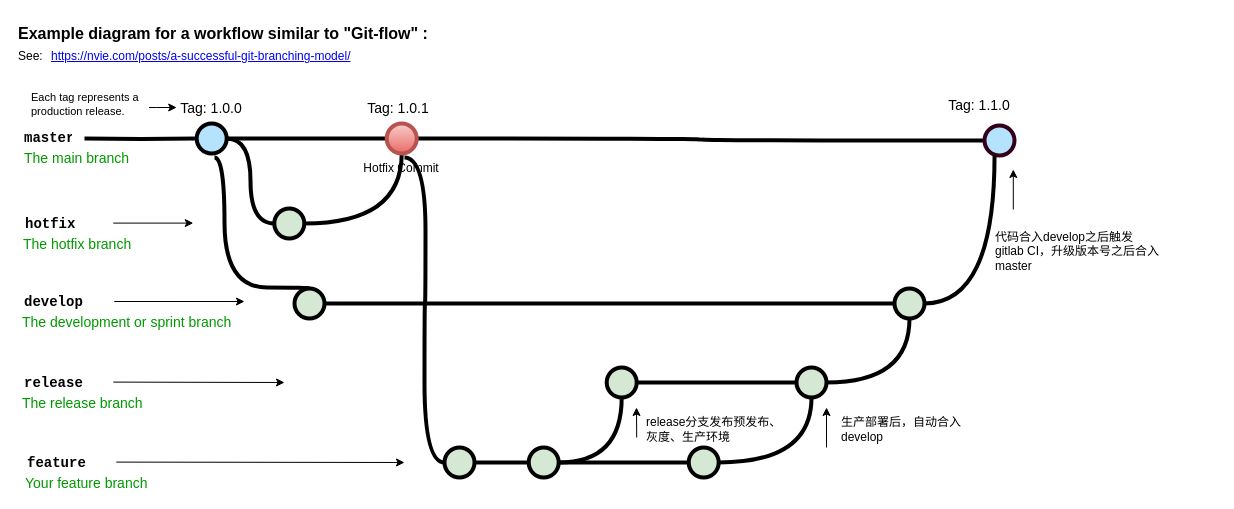
Before: git2.drawio in rock-zhang/crawler, a draw.io diagram. Source tidied: cells renumbered, new cells numbered last; positions are measured from the earlier drawing's top-left corner, leaving out a move shared by most shapes. Both pictures are drawn from the tidied source at 100%, with x=0, y=0 at pixel (16, 17).
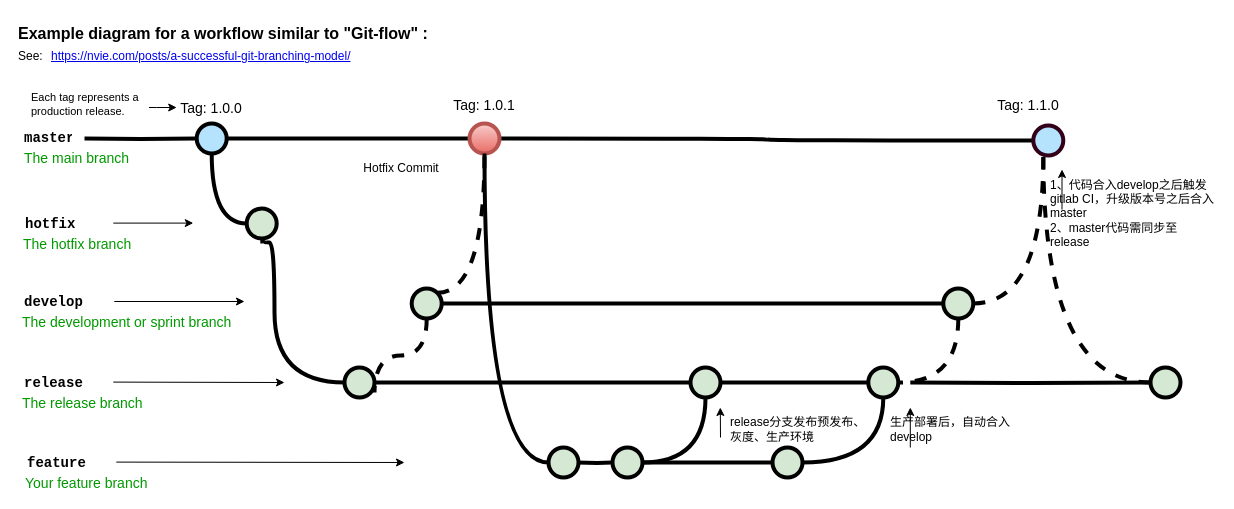
The same page after the edit.

The change refers to these unchanged cells:
```xml
<mxCell id="5" style="verticalLabelPosition=bottom;verticalAlign=top;html=1;strokeWidth=4;shape=mxgraph.flowchart.on-page_reference;plain-blue;gradientColor=none;fillColor=#B5E3Fe;strokeColor=#000000;" parent="1" vertex="1">
  <mxGeometry x="180.2" y="106" width="30" height="30" as="geometry" />
</mxCell>
```

The edit, as a diff of the source:
```diff
@@
-    <mxCell id="4" style="edgeStyle=orthogonalEdgeStyle;curved=1;rounded=0;html=1;exitX=1;exitY=0.5;exitPerimeter=0;entryX=0;entryY=0.5;entryPerimeter=0;endArrow=none;endFill=0;jettySize=auto;strokeWidth=4;fontSize=15;" parent="1" edge="1" source="5" target="11">
+    <mxCell id="4" style="edgeStyle=orthogonalEdgeStyle;curved=1;rounded=0;html=1;exitX=0.5;exitY=1;exitPerimeter=0;entryX=0;entryY=0.5;entryPerimeter=0;endArrow=none;endFill=0;jettySize=auto;strokeWidth=4;fontSize=15;exitDx=0;exitDy=0;" parent="1" edge="1" source="5" target="11">
       <mxGeometry relative="1" as="geometry" />
     </mxCell>
@@
     <mxCell id="7" style="verticalLabelPosition=bottom;verticalAlign=top;html=1;strokeWidth=4;shape=mxgraph.flowchart.on-page_reference;plain-blue;gradientColor=none;strokeColor=#33001A;fillColor=#B5E3FE;" parent="1" vertex="1">
-      <mxGeometry x="968" y="108" width="30" height="30" as="geometry" />
+      <mxGeometry x="1016.8" y="108" width="30" height="30" as="geometry" />
     </mxCell>
@@
-    <mxCell id="10" style="edgeStyle=orthogonalEdgeStyle;curved=1;rounded=0;html=1;exitX=1;exitY=0.5;exitPerimeter=0;endArrow=none;endFill=0;jettySize=auto;strokeWidth=4;fontSize=15;" parent="1" edge="1" source="11" target="38">
+    <mxCell id="10" style="edgeStyle=orthogonalEdgeStyle;curved=1;rounded=0;html=1;exitX=0.855;exitY=0.145;exitPerimeter=0;endArrow=none;endFill=0;jettySize=auto;strokeWidth=4;fontSize=15;exitDx=0;exitDy=0;dashed=1;" parent="1" edge="1" source="15" target="38">
       <mxGeometry relative="1" as="geometry" />
     </mxCell>
     <mxCell id="11" style="verticalLabelPosition=bottom;verticalAlign=top;html=1;strokeWidth=4;shape=mxgraph.flowchart.on-page_reference;plain-purple;gradientColor=none;strokeColor=#000000;fillColor=#D5E8D4;" parent="1" vertex="1">
-      <mxGeometry x="257.8" y="191" width="30" height="30" as="geometry" />
+      <mxGeometry x="230.2" y="191" width="30" height="30" as="geometry" />
     </mxCell>
@@
-    <mxCell id="14" style="edgeStyle=orthogonalEdgeStyle;rounded=0;jettySize=auto;html=1;endArrow=none;endFill=0;strokeWidth=4;curved=1;" parent="1" edge="1" source="15">
-      <mxGeometry relative="1" as="geometry">
-        <mxPoint x="198" y="140" as="targetPoint" />
-        <Array as="points">
-          <mxPoint x="293" y="270" />
-          <mxPoint x="208" y="270" />
-          <mxPoint x="208" y="140" />
-        </Array>
-      </mxGeometry>
-    </mxCell>
     <mxCell id="15" style="verticalLabelPosition=bottom;verticalAlign=top;html=1;strokeWidth=4;shape=mxgraph.flowchart.on-page_reference;plain-purple;gradientColor=none;strokeColor=#000000;fillColor=#D5E8D4;" parent="1" vertex="1">
-      <mxGeometry x="278" y="271" width="30" height="30" as="geometry" />
+      <mxGeometry x="395.2" y="271" width="30" height="30" as="geometry" />
     </mxCell>
-    <mxCell id="16" style="edgeStyle=orthogonalEdgeStyle;curved=1;rounded=0;jettySize=auto;html=1;entryX=0.335;entryY=0.99;entryDx=0;entryDy=0;entryPerimeter=0;endArrow=none;endFill=0;strokeWidth=4;fontFamily=Courier New;fontColor=#009900;" parent="1" edge="1" source="17" target="7">
+    <mxCell id="16" style="edgeStyle=orthogonalEdgeStyle;curved=1;rounded=0;jettySize=auto;html=1;entryX=0.335;entryY=0.99;entryDx=0;entryDy=0;entryPerimeter=0;endArrow=none;endFill=0;strokeWidth=4;fontFamily=Courier New;fontColor=#009900;dashed=1;" parent="1" edge="1" source="17" target="7">
       <mxGeometry relative="1" as="geometry" />
     </mxCell>
     <mxCell id="17" style="verticalLabelPosition=bottom;verticalAlign=top;html=1;strokeWidth=4;shape=mxgraph.flowchart.on-page_reference;plain-purple;gradientColor=none;strokeColor=#000000;fillColor=#D5E8D4;" parent="1" vertex="1">
-      <mxGeometry x="878" y="271" width="30" height="30" as="geometry" />
+      <mxGeometry x="926.8" y="271" width="30" height="30" as="geometry" />
     </mxCell>
@@
     <mxCell id="20" style="verticalLabelPosition=bottom;verticalAlign=top;html=1;strokeWidth=4;shape=mxgraph.flowchart.on-page_reference;plain-purple;gradientColor=none;strokeColor=#000000;fillColor=#D5E8D4;" parent="1" vertex="1">
-      <mxGeometry x="590.2" y="350" width="30" height="30" as="geometry" />
+      <mxGeometry x="674" y="350" width="30" height="30" as="geometry" />
     </mxCell>
@@
     <mxCell id="30" value="Tag: 1.1.0" style="text;html=1;strokeColor=none;fillColor=none;align=center;verticalAlign=middle;whiteSpace=wrap;overflow=hidden;fontSize=14;" parent="1" vertex="1">
-      <mxGeometry x="908" y="77" width="110" height="20" as="geometry" />
+      <mxGeometry x="956.8" y="77" width="110" height="20" as="geometry" />
     </mxCell>
@@
     <mxCell id="36" style="endArrow=classic;html=1;strokeWidth=1;fontFamily=Courier New;fontColor=#009900;" parent="1" edge="1">
       <mxGeometry relative="1" as="geometry">
-        <mxPoint x="996.8" y="192" as="sourcePoint" />
-        <mxPoint x="996.8" y="152" as="targetPoint" />
+        <mxPoint x="1045.5" y="192" as="sourcePoint" />
+        <mxPoint x="1045.5" y="152" as="targetPoint" />
       </mxGeometry>
     </mxCell>
-    <mxCell id="37" value="&lt;span style=&quot;text-align: center&quot;&gt;代码合入develop之后触发gitlab CI，升级版本号之后合入master&lt;/span&gt;" style="text;html=1;strokeColor=none;fillColor=none;align=left;verticalAlign=middle;whiteSpace=wrap;overflow=hidden;fontSize=12;fontStyle=0;fontColor=#000000;" parent="1" vertex="1">
-      <mxGeometry x="976.8" y="193" width="167.8" height="81" as="geometry" />
+    <mxCell id="37" value="&lt;span style=&quot;text-align: center&quot;&gt;1、代码合入develop之后触发gitlab CI，升级版本号之后合入master&lt;/span&gt;&lt;div&gt;&lt;span style=&quot;text-align: center&quot;&gt;2、master代码需同步至release&lt;/span&gt;&lt;/div&gt;" style="text;html=1;strokeColor=none;fillColor=none;align=left;verticalAlign=middle;whiteSpace=wrap;overflow=hidden;fontSize=12;fontStyle=0;fontColor=#000000;" parent="1" vertex="1">
+      <mxGeometry x="1031.8" y="155" width="167.8" height="81" as="geometry" />
     </mxCell>
     <mxCell id="38" style="verticalLabelPosition=bottom;verticalAlign=top;html=1;strokeWidth=4;shape=mxgraph.flowchart.on-page_reference;plain-blue;gradientColor=#EA6B66;strokeColor=#B85450;fillColor=#F8CECC;" parent="1" vertex="1">
-      <mxGeometry x="370.2" y="106" width="30" height="30" as="geometry" />
+      <mxGeometry x="453" y="106" width="30" height="30" as="geometry" />
     </mxCell>
     <mxCell id="39" value="Tag: 1.0.1" style="text;html=1;strokeColor=none;fillColor=none;align=center;verticalAlign=middle;whiteSpace=wrap;overflow=hidden;fontSize=14;" parent="1" vertex="1">
-      <mxGeometry x="346.5" y="80" width="70" height="20" as="geometry" />
+      <mxGeometry x="433" y="77" width="70" height="20" as="geometry" />
     </mxCell>
-    <mxCell id="40" style="edgeStyle=orthogonalEdgeStyle;rounded=0;jettySize=auto;html=1;endArrow=none;endFill=0;strokeWidth=4;" parent="1" edge="1" source="41" target="42">
-      <mxGeometry relative="1" as="geometry" />
+    <mxCell id="40" style="edgeStyle=orthogonalEdgeStyle;rounded=0;jettySize=auto;html=1;endArrow=none;endFill=0;strokeWidth=4;" parent="1" edge="1" target="42">
+      <mxGeometry relative="1" as="geometry">
+        <mxPoint x="559.8" y="445" as="sourcePoint" />
+      </mxGeometry>
     </mxCell>
     <mxCell id="41" style="verticalLabelPosition=bottom;verticalAlign=top;html=1;strokeWidth=4;shape=mxgraph.flowchart.on-page_reference;plain-purple;gradientColor=none;strokeColor=#000000;fillColor=#D5E8D4;" parent="1" vertex="1">
-      <mxGeometry x="428" y="430" width="30" height="30" as="geometry" />
+      <mxGeometry x="532" y="430" width="30" height="30" as="geometry" />
     </mxCell>
     <mxCell id="42" style="verticalLabelPosition=bottom;verticalAlign=top;html=1;strokeWidth=4;shape=mxgraph.flowchart.on-page_reference;plain-purple;gradientColor=none;strokeColor=#000000;fillColor=#D5E8D4;" parent="1" vertex="1">
-      <mxGeometry x="512.2" y="430" width="30" height="30" as="geometry" />
+      <mxGeometry x="596" y="430" width="30" height="30" as="geometry" />
     </mxCell>
@@
-    <mxCell id="46" style="edgeStyle=orthogonalEdgeStyle;curved=1;rounded=0;jettySize=auto;html=1;entryX=0;entryY=0.5;entryDx=0;entryDy=0;entryPerimeter=0;endArrow=none;endFill=0;strokeWidth=4;fontFamily=Courier New;fontColor=#009900;" parent="1" edge="1" target="41">
-      <mxGeometry relative="1" as="geometry">
-        <mxPoint x="388" y="140" as="sourcePoint" />
-      </mxGeometry>
+    <mxCell id="46" style="edgeStyle=orthogonalEdgeStyle;curved=1;rounded=0;jettySize=auto;html=1;entryX=0;entryY=0.5;entryDx=0;entryDy=0;entryPerimeter=0;endArrow=none;endFill=0;strokeWidth=4;fontFamily=Courier New;fontColor=#009900;exitX=0.5;exitY=1;exitDx=0;exitDy=0;exitPerimeter=0;" parent="1" edge="1" source="38" target="41">
+      <mxGeometry relative="1" as="geometry" />
     </mxCell>
     <mxCell id="47" style="endArrow=classic;html=1;strokeWidth=1;fontFamily=Courier New;fontColor=#009900;" parent="1" edge="1">
       <mxGeometry relative="1" as="geometry">
-        <mxPoint x="620.2" y="420" as="sourcePoint" />
-        <mxPoint x="620" y="390" as="targetPoint" />
+        <mxPoint x="704" y="420" as="sourcePoint" />
+        <mxPoint x="703.8" y="390" as="targetPoint" />
       </mxGeometry>
     </mxCell>
     <mxCell id="48" value="&lt;span style=&quot;text-align: center&quot;&gt;release分支发布预发布、灰度、生产环境&lt;/span&gt;" style="text;html=1;strokeColor=none;fillColor=none;align=left;verticalAlign=middle;whiteSpace=wrap;overflow=hidden;fontSize=12;fontStyle=0;fontColor=#000000;" parent="1" vertex="1">
-      <mxGeometry x="628" y="394.5" width="140" height="35.5" as="geometry" />
+      <mxGeometry x="711.8" y="394.5" width="140" height="35.5" as="geometry" />
     </mxCell>
     <mxCell id="49" style="verticalLabelPosition=bottom;verticalAlign=top;html=1;strokeWidth=4;shape=mxgraph.flowchart.on-page_reference;plain-purple;gradientColor=none;strokeColor=#000000;fillColor=#D5E8D4;" parent="1" vertex="1">
-      <mxGeometry x="672.2" y="430" width="30" height="30" as="geometry" />
+      <mxGeometry x="756" y="430" width="30" height="30" as="geometry" />
     </mxCell>
@@
     <mxCell id="51" style="verticalLabelPosition=bottom;verticalAlign=top;html=1;strokeWidth=4;shape=mxgraph.flowchart.on-page_reference;plain-purple;gradientColor=none;strokeColor=#000000;fillColor=#D5E8D4;" parent="1" vertex="1">
-      <mxGeometry x="780" y="350" width="30" height="30" as="geometry" />
+      <mxGeometry x="851.8" y="350" width="30" height="30" as="geometry" />
     </mxCell>
@@
     <mxCell id="53" value="&lt;span style=&quot;text-align: center&quot;&gt;生产部署后，自动合入develop&lt;/span&gt;" style="text;html=1;strokeColor=none;fillColor=none;align=left;verticalAlign=middle;whiteSpace=wrap;overflow=hidden;fontSize=12;fontStyle=0;fontColor=#000000;" parent="1" vertex="1">
-      <mxGeometry x="823" y="394.5" width="140" height="35.5" as="geometry" />
+      <mxGeometry x="871.8" y="394.5" width="140" height="35.5" as="geometry" />
     </mxCell>
     <mxCell id="54" style="endArrow=classic;html=1;strokeWidth=1;fontFamily=Courier New;fontColor=#009900;" parent="1" edge="1">
       <mxGeometry relative="1" as="geometry">
-        <mxPoint x="810" y="430" as="sourcePoint" />
-        <mxPoint x="810" y="390" as="targetPoint" />
+        <mxPoint x="893.8" y="430" as="sourcePoint" />
+        <mxPoint x="893.8" y="390" as="targetPoint" />
       </mxGeometry>
     </mxCell>
@@
-    <mxCell id="56" style="edgeStyle=orthogonalEdgeStyle;curved=1;rounded=0;jettySize=auto;html=1;exitX=0.5;exitY=1;exitDx=0;exitDy=0;exitPerimeter=0;entryX=1;entryY=0.5;entryDx=0;entryDy=0;entryPerimeter=0;endArrow=none;endFill=0;strokeWidth=4;fontFamily=Courier New;fontColor=#009900;" parent="1" edge="1" source="17" target="51">
+    <mxCell id="56" style="edgeStyle=orthogonalEdgeStyle;curved=1;rounded=0;jettySize=auto;html=1;exitX=0.5;exitY=1;exitDx=0;exitDy=0;exitPerimeter=0;entryX=1;entryY=0.5;entryDx=0;entryDy=0;entryPerimeter=0;endArrow=none;endFill=0;strokeWidth=4;fontFamily=Courier New;fontColor=#009900;dashed=1;" parent="1" edge="1" source="17" target="51">
       <mxGeometry relative="1" as="geometry" />
     </mxCell>
+    <mxCell id="57" style="verticalLabelPosition=bottom;verticalAlign=top;html=1;strokeWidth=4;shape=mxgraph.flowchart.on-page_reference;plain-purple;gradientColor=none;strokeColor=#000000;fillColor=#D5E8D4;" parent="1" vertex="1">
+      <mxGeometry x="1134" y="350" width="30" height="30" as="geometry" />
+    </mxCell>
+    <mxCell id="58" style="edgeStyle=orthogonalEdgeStyle;rounded=0;jettySize=auto;html=1;endArrow=none;endFill=0;strokeWidth=4;entryX=0;entryY=0.5;entryDx=0;entryDy=0;entryPerimeter=0;exitX=1;exitY=0.5;exitDx=0;exitDy=0;exitPerimeter=0;" parent="1" edge="1" target="57">
+      <mxGeometry relative="1" as="geometry">
+        <mxPoint x="893.8" y="365" as="sourcePoint" />
+      </mxGeometry>
+    </mxCell>
+    <mxCell id="59" style="edgeStyle=orthogonalEdgeStyle;curved=1;rounded=0;jettySize=auto;html=1;endArrow=none;endFill=0;strokeWidth=4;fontFamily=Courier New;fontColor=#009900;exitX=0;exitY=0.5;exitDx=0;exitDy=0;exitPerimeter=0;dashed=1;" parent="1" edge="1" source="57">
+      <mxGeometry relative="1" as="geometry">
+        <mxPoint x="1026.8" y="140" as="targetPoint" />
+      </mxGeometry>
+    </mxCell>
+    <mxCell id="60" style="edgeStyle=orthogonalEdgeStyle;rounded=0;jettySize=auto;html=1;endArrow=none;endFill=0;strokeWidth=4;entryX=0;entryY=0.5;entryDx=0;entryDy=0;entryPerimeter=0;exitX=1;exitY=0.5;exitDx=0;exitDy=0;exitPerimeter=0;" parent="1" edge="1" source="61" target="20">
+      <mxGeometry relative="1" as="geometry" />
+    </mxCell>
+    <mxCell id="61" style="verticalLabelPosition=bottom;verticalAlign=top;html=1;strokeWidth=4;shape=mxgraph.flowchart.on-page_reference;plain-purple;gradientColor=none;strokeColor=#000000;fillColor=#D5E8D4;" parent="1" vertex="1">
+      <mxGeometry x="328" y="350" width="30" height="30" as="geometry" />
+    </mxCell>
+    <mxCell id="62" style="edgeStyle=orthogonalEdgeStyle;curved=1;rounded=0;html=1;exitX=0.5;exitY=1;exitPerimeter=0;entryX=0;entryY=0.5;entryPerimeter=0;endArrow=none;endFill=0;jettySize=auto;strokeWidth=4;fontSize=15;exitDx=0;exitDy=0;entryDx=0;entryDy=0;" parent="1" edge="1" target="61">
+      <mxGeometry relative="1" as="geometry">
+        <mxPoint x="243.8" y="224" as="sourcePoint" />
+        <Array as="points">
+          <mxPoint x="248" y="224" />
+          <mxPoint x="248" y="225" />
+          <mxPoint x="258" y="225" />
+          <mxPoint x="258" y="365" />
+        </Array>
+      </mxGeometry>
+    </mxCell>
+    <mxCell id="63" style="edgeStyle=orthogonalEdgeStyle;curved=1;rounded=0;jettySize=auto;html=1;exitX=0.5;exitY=1;exitDx=0;exitDy=0;exitPerimeter=0;entryX=1;entryY=0.5;entryDx=0;entryDy=0;entryPerimeter=0;endArrow=none;endFill=0;strokeWidth=4;fontFamily=Courier New;fontColor=#009900;dashed=1;" parent="1" edge="1" source="15">
+      <mxGeometry relative="1" as="geometry">
+        <mxPoint x="358" y="375" as="targetPoint" />
+      </mxGeometry>
+    </mxCell>
```
